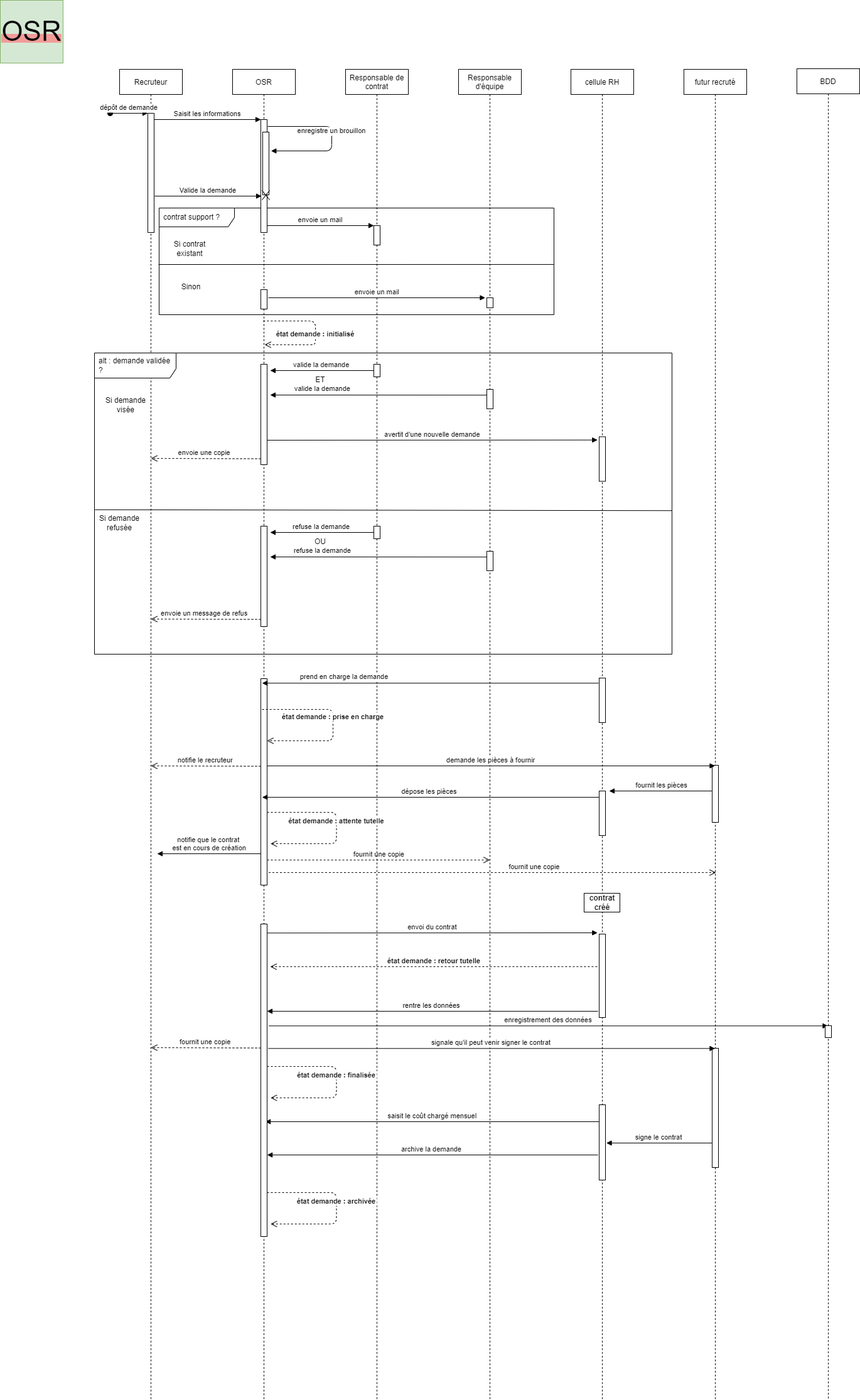
faridbelhiteche/Projet-TER keeps this draw.io diagram as Diagramme de séquence OSR.drawio.png. Above is the earlier version. Source tidied: cells renumbered, new cells last; positions are measured from the earlier drawing's top-left corner, leaving out a move shared by most shapes.
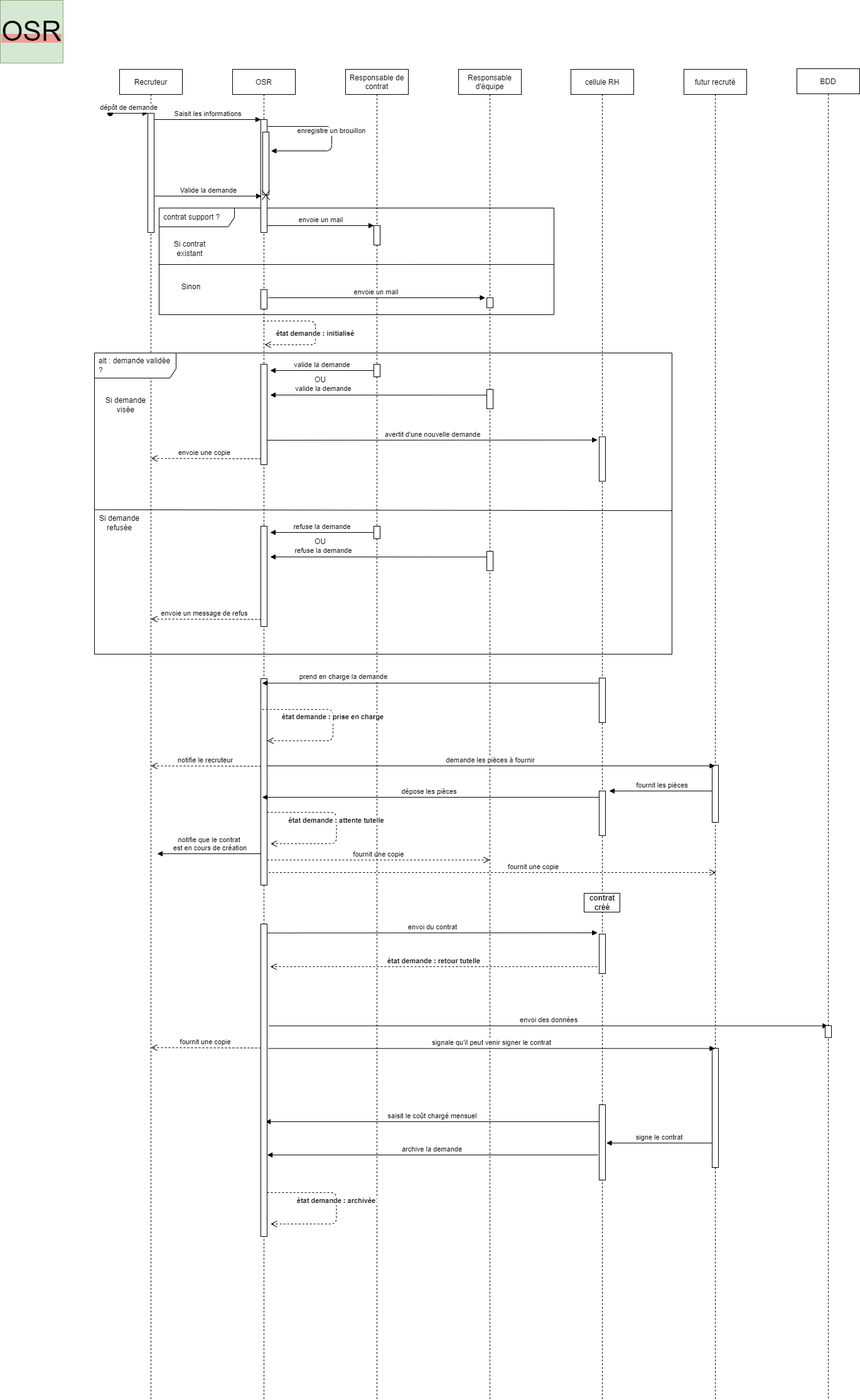
The same diagram one commit later.

Diff of the diagram source:
```diff
@@ -103,7 +103,7 @@
         <mxPoint x="-312.8" y="1160" as="targetPoint" />
       </mxGeometry>
     </mxCell>
-    <mxCell id="25" value="enregistrement des données" style="verticalAlign=bottom;endArrow=block;shadow=0;strokeWidth=1;" parent="22" edge="1">
+    <mxCell id="25" value="envoi des données" style="verticalAlign=bottom;endArrow=block;shadow=0;strokeWidth=1;" parent="22" edge="1">
       <mxGeometry relative="1" as="geometry">
         <mxPoint x="-302" y="1524.3" as="sourcePoint" />
         <mxPoint x="588.5" y="1524.3" as="targetPoint" />
@@ -151,7 +151,7 @@
     <mxCell id="37" style="perimeter=orthogonalPerimeter;rounded=0;shadow=0;strokeWidth=1;" parent="1" vertex="1">
       <mxGeometry x="775" y="620" width="10" height="31" as="geometry" />
     </mxCell>
-    <mxCell id="38" value="ET" style="text;html=1;strokeColor=none;fillColor=none;align=center;verticalAlign=middle;whiteSpace=wrap;rounded=0;" parent="1" vertex="1">
+    <mxCell id="38" value="OU" style="text;html=1;strokeColor=none;fillColor=none;align=center;verticalAlign=middle;whiteSpace=wrap;rounded=0;" parent="1" vertex="1">
       <mxGeometry x="480" y="590" width="60" height="30" as="geometry" />
     </mxCell>
     <mxCell id="39" style="perimeter=orthogonalPerimeter;rounded=0;shadow=0;strokeWidth=1;" parent="1" vertex="1">
@@ -279,7 +279,7 @@
       <mxGeometry x="415" y="1472" width="10" height="498" as="geometry" />
     </mxCell>
     <mxCell id="64" style="perimeter=orthogonalPerimeter;rounded=0;shadow=0;strokeWidth=1;" parent="1" vertex="1">
-      <mxGeometry x="954" y="1488" width="10" height="133" as="geometry" />
+      <mxGeometry x="954" y="1488" width="10" height="63" as="geometry" />
     </mxCell>
     <mxCell id="65" value="état demande : retour tutelle" style="verticalAlign=bottom;endArrow=open;dashed=1;endSize=8;exitX=0;exitY=0.95;shadow=0;strokeWidth=1;fontStyle=1;" parent="1" edge="1">
       <mxGeometry relative="1" as="geometry">
@@ -305,16 +305,6 @@
         <mxPoint x="240" y="1669" as="targetPoint" />
       </mxGeometry>
     </mxCell>
-    <mxCell id="70" value="état demande : finalisée" style="verticalAlign=bottom;endArrow=open;dashed=1;endSize=8;shadow=0;strokeWidth=1;fontStyle=1;" parent="1" edge="1">
-      <mxGeometry relative="1" as="geometry">
-        <mxPoint x="425" y="1699" as="sourcePoint" />
-        <mxPoint x="430.5" y="1749" as="targetPoint" />
-        <Array as="points">
-          <mxPoint x="535.5" y="1699" />
-          <mxPoint x="535.5" y="1749" />
-        </Array>
-      </mxGeometry>
-    </mxCell>
     <mxCell id="71" value="archive la demande" style="verticalAlign=bottom;endArrow=block;shadow=0;strokeWidth=1;" parent="1" edge="1">
       <mxGeometry relative="1" as="geometry">
         <mxPoint x="952" y="1840" as="sourcePoint" />
@@ -354,11 +344,5 @@
     <mxCell id="77" value="Sinon" style="text;html=1;strokeColor=none;fillColor=none;align=center;verticalAlign=middle;whiteSpace=wrap;rounded=0;" parent="1" vertex="1">
       <mxGeometry x="264" y="442" width="80" height="30" as="geometry" />
     </mxCell>
-    <mxCell id="78" value="rentre les données" style="verticalAlign=bottom;endArrow=block;shadow=0;strokeWidth=1;" parent="1" edge="1">
-      <mxGeometry relative="1" as="geometry">
-        <mxPoint x="952" y="1611" as="sourcePoint" />
-        <mxPoint x="425" y="1611" as="targetPoint" />
-      </mxGeometry>
-    </mxCell>
   </root>
 </mxGraphModel>
```
